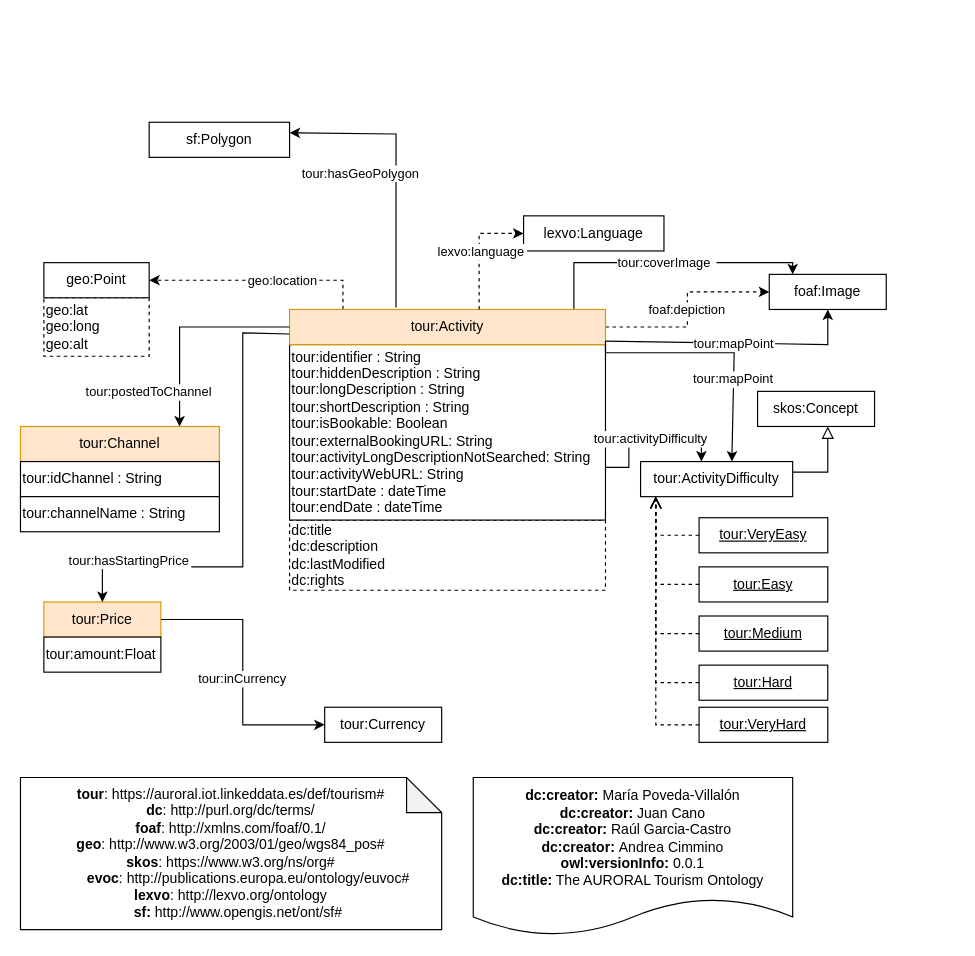
Above: diagrams/tourism.drawio in oeg-upm/auroral-tourism-ontology (draw.io), before the change. Source tidied: cells renumbered, new cells numbered last; positions are measured from the earlier drawing's top-left corner, leaving out a move shared by most shapes. Both pictures are drawn from the tidied source at 117%, with x=0, y=0 at pixel (20, 122).
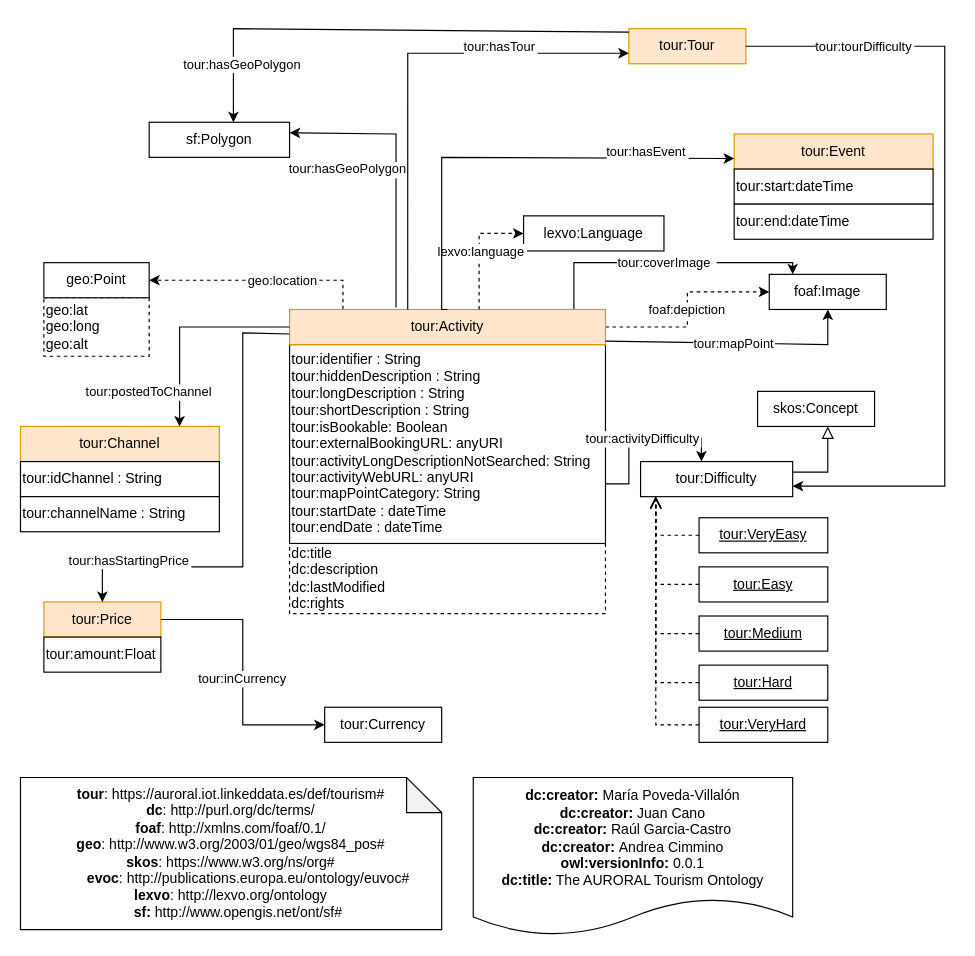
The same page after the edit.

The change refers to these unchanged cells:
```xml
<mxCell id="15" value="tour:Activity" style="rounded=0;whiteSpace=wrap;html=1;snapToPoint=1;points=[[0.1,0],[0.2,0],[0.3,0],[0.4,0],[0.5,0],[0.6,0],[0.7,0],[0.8,0],[0.9,0],[0,0.1],[0,0.3],[0,0.5],[0,0.7],[0,0.9],[0.1,1],[0.2,1],[0.3,1],[0.4,1],[0.5,1],[0.6,1],[0.7,1],[0.8,1],[0.9,1],[1,0.1],[1,0.3],[1,0.5],[1,0.7],[1,0.9]];fillColor=#ffe6cc;strokeColor=#d79b00;shadow=0;" parent="1" vertex="1">
  <mxGeometry x="230" y="160" width="270" height="30" as="geometry" />
</mxCell>
<mxCell id="39" value="sf:Polygon" style="rounded=0;whiteSpace=wrap;html=1;snapToPoint=1;points=[[0.1,0],[0.2,0],[0.3,0],[0.4,0],[0.5,0],[0.6,0],[0.7,0],[0.8,0],[0.9,0],[0,0.1],[0,0.3],[0,0.5],[0,0.7],[0,0.9],[0.1,1],[0.2,1],[0.3,1],[0.4,1],[0.5,1],[0.6,1],[0.7,1],[0.8,1],[0.9,1],[1,0.1],[1,0.3],[1,0.5],[1,0.7],[1,0.9]];" parent="1" vertex="1">
  <mxGeometry x="110" width="120" height="30" as="geometry" />
</mxCell>
```

Diff of the diagram source:
```diff
@@
     <mxCell id="4" value="dc:title&lt;br&gt;dc:description&lt;br&gt;dc:lastModified&lt;br&gt;dc:rights&lt;br&gt;" style="rounded=0;whiteSpace=wrap;html=1;dashed=1;align=left;" parent="1" vertex="1">
-      <mxGeometry x="230" y="340" width="270" height="60" as="geometry" />
+      <mxGeometry x="230" y="360" width="270" height="60" as="geometry" />
     </mxCell>
@@
-    <mxCell id="9" value="tour:ActivityDifficulty" style="rounded=0;whiteSpace=wrap;html=1;snapToPoint=1;points=[[0.1,0],[0.2,0],[0.3,0],[0.4,0],[0.5,0],[0.6,0],[0.7,0],[0.8,0],[0.9,0],[0,0.1],[0,0.3],[0,0.5],[0,0.7],[0,0.9],[0.1,1],[0.2,1],[0.3,1],[0.4,1],[0.5,1],[0.6,1],[0.7,1],[0.8,1],[0.9,1],[1,0.1],[1,0.3],[1,0.5],[1,0.7],[1,0.9]];" parent="1" vertex="1">
+    <mxCell id="9" value="tour:Difficulty" style="rounded=0;whiteSpace=wrap;html=1;snapToPoint=1;points=[[0.1,0],[0.2,0],[0.3,0],[0.4,0],[0.5,0],[0.6,0],[0.7,0],[0.8,0],[0.9,0],[0,0.1],[0,0.3],[0,0.5],[0,0.7],[0,0.9],[0.1,1],[0.2,1],[0.3,1],[0.4,1],[0.5,1],[0.6,1],[0.7,1],[0.8,1],[0.9,1],[1,0.1],[1,0.3],[1,0.5],[1,0.7],[1,0.9]];" parent="1" vertex="1">
       <mxGeometry x="530" y="290" width="130" height="30" as="geometry" />
     </mxCell>
@@
-    <mxCell id="14" value="tour:identifier : String&lt;br&gt;tour:hiddenDescription : String&lt;br&gt;tour:longDescription : String&lt;br&gt;tour:shortDescription : String&lt;br&gt;tour:isBookable: Boolean&lt;br&gt;tour:externalBookingURL: String&lt;br&gt;tour:activityLongDescriptionNotSearched: String&lt;br&gt;tour:activityWebURL: String&lt;br&gt;tour:startDate : dateTime&lt;br&gt;tour:endDate : dateTime" style="rounded=0;whiteSpace=wrap;html=1;snapToPoint=1;points=[[0.1,0],[0.2,0],[0.3,0],[0.4,0],[0.5,0],[0.6,0],[0.7,0],[0.8,0],[0.9,0],[0,0.1],[0,0.3],[0,0.5],[0,0.7],[0,0.9],[0.1,1],[0.2,1],[0.3,1],[0.4,1],[0.5,1],[0.6,1],[0.7,1],[0.8,1],[0.9,1],[1,0.1],[1,0.3],[1,0.5],[1,0.7],[1,0.9]];align=left;" parent="1" vertex="1">
-      <mxGeometry x="230" y="190" width="270" height="150" as="geometry" />
+    <mxCell id="14" value="tour:identifier : String&lt;br&gt;tour:hiddenDescription : String&lt;br&gt;tour:longDescription : String&lt;br&gt;tour:shortDescription : String&lt;br&gt;tour:isBookable: Boolean&lt;br&gt;tour:externalBookingURL: anyURI&lt;br&gt;tour:activityLongDescriptionNotSearched: String&lt;br&gt;tour:activityWebURL: anyURI&lt;br&gt;tour:mapPointCategory: String&lt;br&gt;tour:startDate : dateTime&lt;br&gt;tour:endDate : dateTime" style="rounded=0;whiteSpace=wrap;html=1;snapToPoint=1;points=[[0.1,0],[0.2,0],[0.3,0],[0.4,0],[0.5,0],[0.6,0],[0.7,0],[0.8,0],[0.9,0],[0,0.1],[0,0.3],[0,0.5],[0,0.7],[0,0.9],[0.1,1],[0.2,1],[0.3,1],[0.4,1],[0.5,1],[0.6,1],[0.7,1],[0.8,1],[0.9,1],[1,0.1],[1,0.3],[1,0.5],[1,0.7],[1,0.9]];align=left;" parent="1" vertex="1">
+      <mxGeometry x="230" y="190" width="270" height="170" as="geometry" />
     </mxCell>
@@
     <mxCell id="40" value="tour:hasGeoPolygon" style="edgeStyle=orthogonalEdgeStyle;rounded=0;jettySize=auto;endArrow=classic;endFill=1;exitX=0.337;exitY=-0.056;exitDx=0;exitDy=0;exitPerimeter=0;" parent="1" edge="1" source="15" target="39">
-      <mxGeometry x="-0.04" y="30" relative="1" as="geometry">
+      <mxGeometry x="0.58" y="30" relative="1" as="geometry">
         <Array as="points">
           <mxPoint x="321" y="10" />
         </Array>
       </mxGeometry>
     </mxCell>
-    <mxCell id="41" value="tour:mapPoint" style="edgeStyle=orthogonalEdgeStyle;rounded=0;jettySize=auto;endArrow=classic;endFill=1;exitX=1;exitY=0.9;exitDx=0;exitDy=0;" parent="1" edge="1" source="15" target="9">
-      <mxGeometry x="0.33" relative="1" as="geometry">
-        <Array as="points">
-          <mxPoint x="500" y="197" />
-          <mxPoint x="610" y="197" />
-        </Array>
-      </mxGeometry>
-    </mxCell>
+    <mxCell id="42" value="tour:Event" style="rounded=0;whiteSpace=wrap;html=1;snapToPoint=1;points=[[0.1,0],[0.2,0],[0.3,0],[0.4,0],[0.5,0],[0.6,0],[0.7,0],[0.8,0],[0.9,0],[0,0.1],[0,0.3],[0,0.5],[0,0.7],[0,0.9],[0.1,1],[0.2,1],[0.3,1],[0.4,1],[0.5,1],[0.6,1],[0.7,1],[0.8,1],[0.9,1],[1,0.1],[1,0.3],[1,0.5],[1,0.7],[1,0.9]];fillColor=#ffe6cc;strokeColor=#d79b00;shadow=0;" parent="1" vertex="1">
+      <mxGeometry x="610" y="10" width="170" height="30" as="geometry" />
+    </mxCell>
+    <mxCell id="43" value="tour:Tour" style="rounded=0;whiteSpace=wrap;html=1;snapToPoint=1;points=[[0.1,0],[0.2,0],[0.3,0],[0.4,0],[0.5,0],[0.6,0],[0.7,0],[0.8,0],[0.9,0],[0,0.1],[0,0.3],[0,0.5],[0,0.7],[0,0.9],[0.1,1],[0.2,1],[0.3,1],[0.4,1],[0.5,1],[0.6,1],[0.7,1],[0.8,1],[0.9,1],[1,0.1],[1,0.3],[1,0.5],[1,0.7],[1,0.9]];fillColor=#ffe6cc;strokeColor=#d79b00;shadow=0;" parent="1" vertex="1">
+      <mxGeometry x="520" y="-80" width="100" height="30" as="geometry" />
+    </mxCell>
+    <mxCell id="44" value="tour:hasEvent" style="edgeStyle=orthogonalEdgeStyle;rounded=0;jettySize=auto;endArrow=classic;endFill=1;exitX=0.5;exitY=0;exitDx=0;exitDy=0;" parent="1" edge="1" source="15" target="42">
+      <mxGeometry x="0.61" y="6" relative="1" as="geometry">
+        <Array as="points">
+          <mxPoint x="360" y="160" />
+          <mxPoint x="360" y="30" />
+        </Array>
+      </mxGeometry>
+    </mxCell>
+    <mxCell id="45" value="tour:hasTour" style="edgeStyle=orthogonalEdgeStyle;rounded=0;jettySize=auto;endArrow=classic;endFill=1;entryX=0;entryY=0.7;entryDx=0;entryDy=0;exitX=0.374;exitY=0.011;exitDx=0;exitDy=0;exitPerimeter=0;" parent="1" edge="1" source="15" target="43">
+      <mxGeometry x="0.46" y="6" relative="1" as="geometry">
+        <Array as="points">
+          <mxPoint x="331" y="-59" />
+        </Array>
+      </mxGeometry>
+    </mxCell>
+    <mxCell id="46" value="tour:start:dateTime" style="rounded=0;whiteSpace=wrap;html=1;align=left;" parent="1" vertex="1">
+      <mxGeometry x="610" y="40" width="170" height="30" as="geometry" />
+    </mxCell>
+    <mxCell id="47" value="tour:end:dateTime" style="rounded=0;whiteSpace=wrap;html=1;align=left;" parent="1" vertex="1">
+      <mxGeometry x="610" y="70" width="170" height="30" as="geometry" />
+    </mxCell>
+    <mxCell id="48" value="tour:tourDifficulty" style="edgeStyle=orthogonalEdgeStyle;rounded=0;jettySize=auto;endArrow=classic;endFill=1;entryX=1;entryY=0.7;entryDx=0;entryDy=0;" parent="1" edge="1" source="43" target="9">
+      <mxGeometry x="-0.7" relative="1" as="geometry">
+        <Array as="points">
+          <mxPoint x="790" y="-65" />
+          <mxPoint x="790" y="311" />
+        </Array>
+      </mxGeometry>
+    </mxCell>
+    <mxCell id="49" value="tour:hasGeoPolygon" style="edgeStyle=orthogonalEdgeStyle;rounded=0;jettySize=auto;endArrow=classic;endFill=1;entryX=0.6;entryY=0;entryDx=0;entryDy=0;" parent="1" edge="1" source="43" target="39">
+      <mxGeometry x="0.58" y="30" relative="1" as="geometry">
+        <Array as="points">
+          <mxPoint x="182" y="-80" />
+        </Array>
+      </mxGeometry>
+    </mxCell>
```
